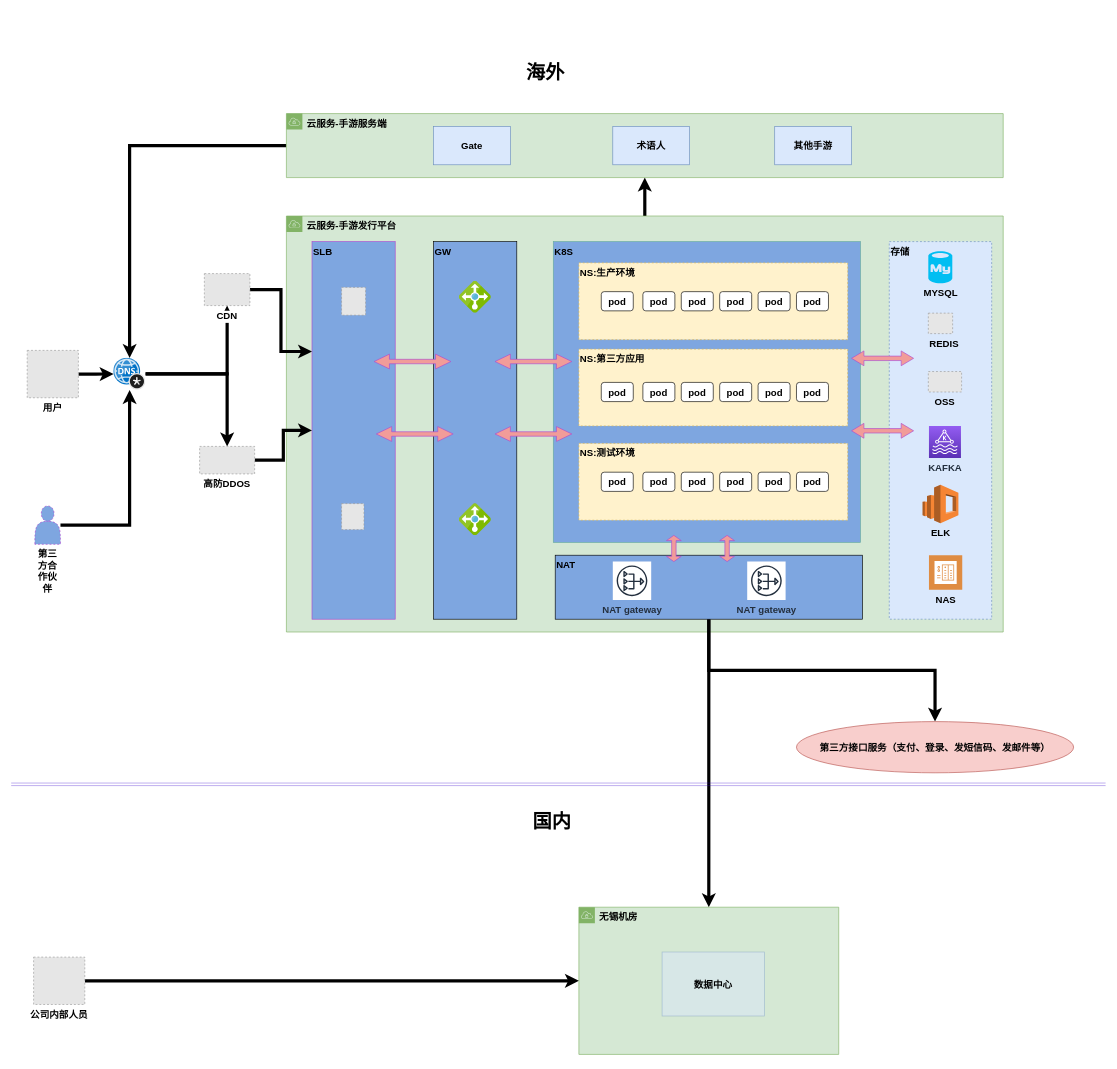
Before: 未命名绘图.drawio in shijianhui/ops_doc, a draw.io diagram. Source tidied: cells renumbered, new cells numbered last; positions are measured from the earlier drawing's top-left corner, leaving out a move shared by most shapes. Both pictures are drawn from the tidied source at 64%, with x=0, y=0 at pixel (11, 56). Pictures stored in the file or linked from it are replaced by grey dashed boxes.
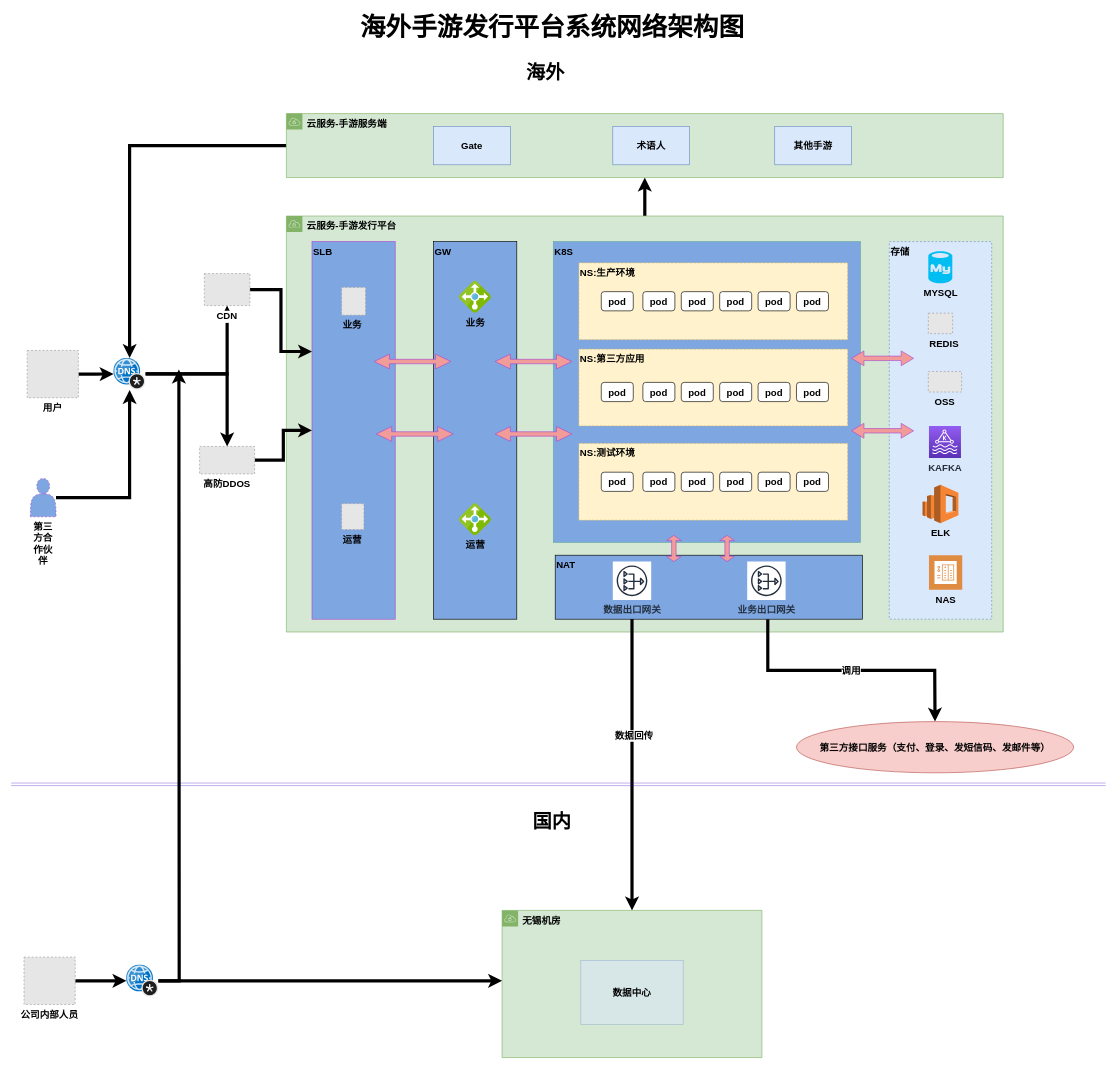
After the change.

Commit message (it also covers changes not shown here):
Update 未命名绘图.drawio

Unchanged cells that the change refers to:
```xml
<mxCell id="53" value="NAT" style="whiteSpace=wrap;html=1;verticalAlign=top;align=left;fillColor=#7EA6E0;fontStyle=1;fontSize=15;" parent="1" vertex="1">
  <mxGeometry x="850" y="780" width="480" height="100" as="geometry" />
</mxCell>
<mxCell id="57" value="第三方接口服务（支付、登录、发短信码、发邮件等）" style="ellipse;whiteSpace=wrap;html=1;align=center;verticalAlign=middle;fillColor=#f8cecc;strokeColor=#b85450;fontStyle=1;fontSize=15;" parent="1" vertex="1">
  <mxGeometry x="1227" y="1040" width="433" height="80" as="geometry" />
</mxCell>
```

What changed in the source:
```diff
@@
-    <mxCell id="7" style="fillColor=#E6E6E6;strokeColor=#999999;dashed=1;verticalLabelPosition=bottom;labelBackgroundColor=#ffffff;verticalAlign=top;align=left;fontStyle=1;fontSize=15;" parent="1" vertex="1">
-      <mxGeometry x="516.2" y="361.5" width="37.5" height="43.5" as="geometry" />
-    </mxCell>
-    <mxCell id="8" style="fillColor=#E6E6E6;strokeColor=#999999;dashed=1;verticalLabelPosition=bottom;labelBackgroundColor=#ffffff;verticalAlign=top;align=left;fontStyle=1;fontSize=15;" parent="1" vertex="1">
+    <mxCell id="8" value="运营" style="fillColor=#E6E6E6;strokeColor=#999999;dashed=1;verticalLabelPosition=bottom;labelBackgroundColor=none;verticalAlign=top;align=left;fontStyle=1;fontSize=15;" parent="1" vertex="1">
       <mxGeometry x="516.2" y="699.4" width="35" height="40.6" as="geometry" />
     </mxCell>
@@
-    <mxCell id="25" style="html=1;align=center;image;fontSize=15;image=img/lib/mscae/Load_Balancer_feature.svg;dashed=1;strokeColor=#AC49D0;fillColor=#9AC7BF;fontStyle=1;" parent="1" vertex="1">
+    <mxCell id="25" value="业务" style="html=1;align=center;image;fontSize=15;image=img/lib/mscae/Load_Balancer_feature.svg;dashed=1;strokeColor=#AC49D0;fillColor=#9AC7BF;fontStyle=1;labelBackgroundColor=none;" parent="1" vertex="1">
       <mxGeometry x="700" y="351.8" width="50" height="50" as="geometry" />
     </mxCell>
-    <mxCell id="26" style="html=1;align=center;image;fontSize=15;image=img/lib/mscae/Load_Balancer_feature.svg;dashed=1;strokeColor=#AC49D0;fillColor=#9AC7BF;fontStyle=1;" parent="1" vertex="1">
+    <mxCell id="26" value="运营" style="html=1;align=center;image;fontSize=15;image=img/lib/mscae/Load_Balancer_feature.svg;dashed=1;strokeColor=#AC49D0;fillColor=#9AC7BF;fontStyle=1;labelBackgroundColor=none;" parent="1" vertex="1">
       <mxGeometry x="700" y="699.4" width="50" height="50" as="geometry" />
     </mxCell>
@@
     <mxCell id="49" value="第三方合作伙伴" style="shape=actor;whiteSpace=wrap;html=1;dashed=1;strokeColor=#AC49D0;fillColor=#7EA6E0;verticalAlign=top;align=center;labelPosition=center;verticalLabelPosition=bottom;fontStyle=1;fontSize=15;labelBackgroundColor=none;labelBorderColor=none;horizontal=1;fontFamily=Helvetica;" parent="1" vertex="1">
-      <mxGeometry x="37" y="703" width="40" height="60" as="geometry" />
+      <mxGeometry x="30" y="660" width="40" height="60" as="geometry" />
     </mxCell>
@@
-    <mxCell id="51" style="edgeStyle=orthogonalEdgeStyle;rounded=0;jettySize=auto;html=1;strokeWidth=5;fontStyle=1;fontSize=15;" parent="1" edge="1" source="53" target="57">
-      <mxGeometry relative="1" as="geometry" />
+    <mxCell id="51" value="调用" style="edgeStyle=orthogonalEdgeStyle;rounded=0;jettySize=auto;html=1;strokeWidth=5;fontStyle=1;fontSize=15;exitX=0.692;exitY=1;exitDx=0;exitDy=0;exitPerimeter=0;" parent="1" edge="1" source="53" target="57">
+      <mxGeometry relative="1" as="geometry">
+        <Array as="points">
+          <mxPoint x="1182" y="960" />
+          <mxPoint x="1443" y="960" />
+        </Array>
+      </mxGeometry>
     </mxCell>
-    <mxCell id="52" style="edgeStyle=orthogonalEdgeStyle;rounded=0;jettySize=auto;html=1;entryX=0.5;entryY=0;entryDx=0;entryDy=0;labelBackgroundColor=#99FFCC;strokeWidth=5;fontSize=30;fontColor=#000000;" parent="1" edge="1" source="53" target="63">
+    <mxCell id="52" style="edgeStyle=orthogonalEdgeStyle;rounded=0;jettySize=auto;html=1;entryX=0.5;entryY=0;entryDx=0;entryDy=0;labelBackgroundColor=#99FFCC;strokeWidth=5;fontSize=30;fontColor=#000000;" parent="1" edge="1" source="54" target="63">
       <mxGeometry relative="1" as="geometry" />
     </mxCell>
+    <mxCell id="76" value="数据回传" style="edgeLabel;html=1;align=center;verticalAlign=middle;fontSize=15;fontColor=#000000;fontStyle=1;" parent="52" vertex="1">
+      <mxGeometry x="-0.13" y="2" relative="1" as="geometry" />
+    </mxCell>
@@
-    <mxCell id="54" value="NAT gateway" style="outlineConnect=0;fontColor=#232F3E;strokeColor=#232F3E;fillColor=#ffffff;dashed=0;verticalLabelPosition=bottom;verticalAlign=top;align=center;html=1;fontSize=15;fontStyle=1;shape=mxgraph.aws4.resourceIcon;resIcon=mxgraph.aws4.nat_gateway;" parent="1" vertex="1">
+    <mxCell id="54" value="数据出口网关" style="outlineConnect=0;fontColor=#232F3E;strokeColor=#232F3E;fillColor=#ffffff;dashed=0;verticalLabelPosition=bottom;verticalAlign=top;align=center;html=1;fontSize=15;fontStyle=1;shape=mxgraph.aws4.resourceIcon;resIcon=mxgraph.aws4.nat_gateway;" parent="1" vertex="1">
       <mxGeometry x="940" y="790" width="60" height="60" as="geometry" />
     </mxCell>
@@
-    <mxCell id="56" value="NAT gateway" style="fontColor=#232F3E;strokeColor=#232F3E;fillColor=#ffffff;dashed=0;verticalLabelPosition=bottom;verticalAlign=top;align=center;html=1;fontSize=15;fontStyle=1;shape=mxgraph.aws4.resourceIcon;resIcon=mxgraph.aws4.nat_gateway;" parent="1" vertex="1">
+    <mxCell id="56" value="业务出口网关" style="fontColor=#232F3E;strokeColor=#232F3E;fillColor=#ffffff;dashed=0;verticalLabelPosition=bottom;verticalAlign=top;align=center;html=1;fontSize=15;fontStyle=1;shape=mxgraph.aws4.resourceIcon;resIcon=mxgraph.aws4.nat_gateway;" parent="1" vertex="1">
       <mxGeometry x="1150" y="790" width="60" height="60" as="geometry" />
     </mxCell>
@@
     <mxCell id="63" value="无锡机房" style="points=[[0,0],[0.25,0],[0.5,0],[0.75,0],[1,0],[1,0.25],[1,0.5],[1,0.75],[1,1],[0.75,1],[0.5,1],[0.25,1],[0,1],[0,0.75],[0,0.5],[0,0.25]];outlineConnect=0;html=1;whiteSpace=wrap;fontSize=15;fontStyle=1;shape=mxgraph.aws4.group;grIcon=mxgraph.aws4.group_vpc;strokeColor=#82b366;fillColor=#d5e8d4;verticalAlign=top;align=left;spacingLeft=30;dashed=0;labelBackgroundColor=none;" parent="1" vertex="1">
-      <mxGeometry x="887" y="1330" width="406" height="230" as="geometry" />
+      <mxGeometry x="767" y="1335" width="406" height="230" as="geometry" />
     </mxCell>
     <mxCell id="64" value="数据中心" style="rounded=0;whiteSpace=wrap;html=1;opacity=50;fillColor=#dae8fc;strokeColor=#6c8ebf;fontStyle=1;fontSize=15;" parent="1" vertex="1">
-      <mxGeometry x="1017" y="1400" width="160" height="100" as="geometry" />
+      <mxGeometry x="890" y="1413" width="160" height="100" as="geometry" />
     </mxCell>
@@
-    <mxCell id="69" style="edgeStyle=orthogonalEdgeStyle;rounded=0;jettySize=auto;html=1;strokeWidth=5;fontStyle=1;fontSize=15;" parent="1" edge="1" source="70" target="63">
-      <mxGeometry relative="1" as="geometry" />
-    </mxCell>
+    <mxCell id="77" style="edgeStyle=orthogonalEdgeStyle;rounded=0;jettySize=auto;html=1;strokeWidth=5;fontSize=15;fontColor=#000000;" parent="1" edge="1" source="70" target="80">
+      <mxGeometry relative="1" as="geometry" />
+    </mxCell>
     <mxCell id="70" value="公司内部人员" style="fillColor=#E6E6E6;strokeColor=#999999;dashed=1;verticalLabelPosition=bottom;labelBackgroundColor=#ffffff;verticalAlign=top;fontStyle=1;fontSize=15;" parent="1" vertex="1">
-      <mxGeometry x="35" y="1408" width="80" height="74" as="geometry" />
+      <mxGeometry x="20" y="1408" width="80" height="74" as="geometry" />
     </mxCell>
@@
+    <mxCell id="7" value="业务" style="fillColor=#E6E6E6;strokeColor=#999999;dashed=1;verticalLabelPosition=bottom;labelBackgroundColor=none;verticalAlign=top;align=left;fontStyle=1;fontSize=15;" parent="1" vertex="1">
+      <mxGeometry x="516.2" y="361.5" width="37.5" height="43.5" as="geometry" />
+    </mxCell>
+    <mxCell id="78" style="edgeStyle=orthogonalEdgeStyle;rounded=0;jettySize=auto;html=1;strokeWidth=5;fontSize=15;fontColor=#000000;" parent="1" edge="1" source="80" target="63">
+      <mxGeometry relative="1" as="geometry">
+        <Array as="points">
+          <mxPoint x="720" y="1445" />
+          <mxPoint x="720" y="1445" />
+        </Array>
+      </mxGeometry>
+    </mxCell>
+    <mxCell id="79" style="edgeStyle=orthogonalEdgeStyle;rounded=0;jettySize=auto;html=1;strokeWidth=5;fontSize=15;fontColor=#000000;" parent="1" edge="1" source="80">
+      <mxGeometry relative="1" as="geometry">
+        <mxPoint x="262" y="490" as="targetPoint" />
+      </mxGeometry>
+    </mxCell>
+    <mxCell id="80" style="html=1;points=[];align=center;image;fontSize=15;image=img/lib/mscae/DNS_Private_Zones.svg;dashed=1;strokeColor=#AC49D0;fillColor=#9AC7BF;fontStyle=1;" parent="1" vertex="1">
+      <mxGeometry x="180" y="1420" width="50" height="50" as="geometry" />
+    </mxCell>
+    <mxCell id="81" value="海外手游发行平台系统网络架构图" style="text;html=1;align=center;verticalAlign=middle;fontSize=40;fontColor=#000000;fontStyle=1;" parent="1" vertex="1">
+      <mxGeometry x="535" y="-70" width="620" height="50" as="geometry" />
+    </mxCell>
```
